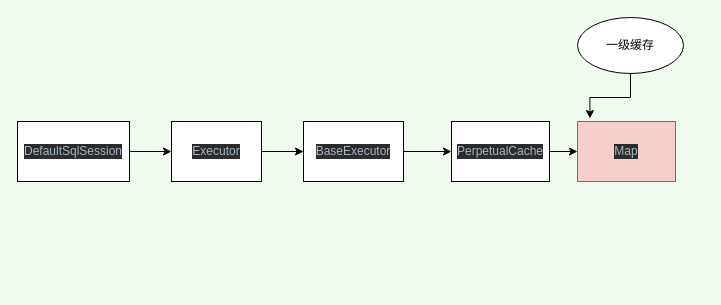
Above: mybatis/mybatis一级缓存.drawio in ZgStride/drawIO (draw.io), before the change. Source tidied: cells renumbered, new cells numbered last; positions are measured from the earlier drawing's top-left corner, leaving out a move shared by most shapes. Both pictures are drawn from the tidied source at 100%, with x=0, y=0 at pixel (17, 17).
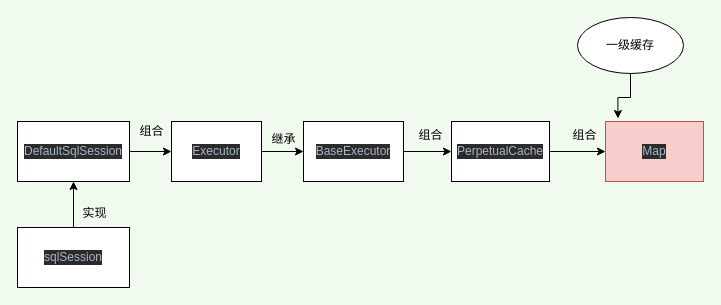
The same page after the edit.

Commit message (it also covers changes not shown here):
更新mybatis一级缓存.drawio

Diff of the diagram source:
```diff
@@
 <mxGraphModel background="#F1FAEE">
   <root>
     <mxCell id="0" />
     <mxCell id="1" parent="0" />
     <mxCell id="2" style="edgeStyle=orthogonalEdgeStyle;rounded=0;jettySize=auto;html=1;" parent="1" edge="1" source="3" target="5">
       <mxGeometry relative="1" as="geometry" />
     </mxCell>
     <mxCell id="3" value="&lt;pre style=&quot;background-color: rgb(43 , 43 , 43) ; color: rgb(169 , 183 , 198) ; font-family: &amp;#34;jetbrains mono&amp;#34;&quot;&gt;&lt;pre style=&quot;font-family: &amp;#34;jetbrains mono&amp;#34;&quot;&gt;&lt;font style=&quot;font-size: 12px&quot;&gt;DefaultSqlSession&lt;/font&gt;&lt;/pre&gt;&lt;/pre&gt;" style="rounded=0;whiteSpace=wrap;html=1;" parent="1" vertex="1">
       <mxGeometry y="104" width="112" height="60" as="geometry" />
     </mxCell>
     <mxCell id="4" style="edgeStyle=orthogonalEdgeStyle;rounded=0;jettySize=auto;html=1;fontSize=20;" parent="1" edge="1" source="5" target="7">
       <mxGeometry relative="1" as="geometry" />
     </mxCell>
     <mxCell id="5" value="&lt;pre style=&quot;background-color: rgb(43 , 43 , 43) ; font-family: &amp;#34;jetbrains mono&amp;#34; ; color: rgb(169 , 183 , 198)&quot;&gt;&lt;pre style=&quot;font-family: &amp;#34;jetbrains mono&amp;#34;&quot;&gt;&lt;font style=&quot;font-size: 12px&quot;&gt;Executor&lt;/font&gt;&lt;/pre&gt;&lt;/pre&gt;" style="whiteSpace=wrap;html=1;rounded=0;" parent="1" vertex="1">
       <mxGeometry x="154" y="104" width="90" height="60" as="geometry" />
     </mxCell>
     <mxCell id="6" style="edgeStyle=orthogonalEdgeStyle;rounded=0;jettySize=auto;html=1;fontSize=18;" parent="1" edge="1" source="7" target="9">
       <mxGeometry relative="1" as="geometry" />
     </mxCell>
     <mxCell id="7" value="&lt;pre style=&quot;background-color: rgb(43 , 43 , 43) ; font-family: &amp;#34;jetbrains mono&amp;#34; ; color: rgb(169 , 183 , 198)&quot;&gt;&lt;pre style=&quot;font-family: &amp;#34;jetbrains mono&amp;#34;&quot;&gt;&lt;pre style=&quot;font-family: &amp;#34;jetbrains mono&amp;#34;&quot;&gt;&lt;font style=&quot;font-size: 12px&quot;&gt;BaseExecutor&lt;/font&gt;&lt;/pre&gt;&lt;/pre&gt;&lt;/pre&gt;" style="whiteSpace=wrap;html=1;rounded=0;" parent="1" vertex="1">
       <mxGeometry x="286" y="104" width="100" height="60" as="geometry" />
     </mxCell>
     <mxCell id="8" style="edgeStyle=orthogonalEdgeStyle;rounded=0;jettySize=auto;html=1;fontSize=12;" parent="1" edge="1" source="9" target="10">
       <mxGeometry relative="1" as="geometry" />
     </mxCell>
     <mxCell id="9" value="&lt;pre style=&quot;background-color: rgb(43 , 43 , 43) ; font-family: &amp;#34;jetbrains mono&amp;#34; ; color: rgb(169 , 183 , 198)&quot;&gt;&lt;pre style=&quot;font-family: &amp;#34;jetbrains mono&amp;#34;&quot;&gt;&lt;pre style=&quot;font-family: &amp;#34;jetbrains mono&amp;#34;&quot;&gt;&lt;pre style=&quot;font-family: &amp;#34;jetbrains mono&amp;#34;&quot;&gt;&lt;font style=&quot;font-size: 12px&quot;&gt;PerpetualCache&lt;/font&gt;&lt;/pre&gt;&lt;/pre&gt;&lt;/pre&gt;&lt;/pre&gt;" style="whiteSpace=wrap;html=1;rounded=0;" parent="1" vertex="1">
       <mxGeometry x="434" y="104" width="98" height="60" as="geometry" />
     </mxCell>
     <mxCell id="10" value="&lt;pre style=&quot;background-color: rgb(43 , 43 , 43) ; font-family: &amp;#34;jetbrains mono&amp;#34; ; color: rgb(169 , 183 , 198)&quot;&gt;&lt;pre style=&quot;font-family: &amp;#34;jetbrains mono&amp;#34;&quot;&gt;&lt;pre style=&quot;font-family: &amp;#34;jetbrains mono&amp;#34;&quot;&gt;&lt;pre style=&quot;font-family: &amp;#34;jetbrains mono&amp;#34;&quot;&gt;&lt;pre style=&quot;font-family: &amp;#34;jetbrains mono&amp;#34;&quot;&gt;&lt;font style=&quot;font-size: 12px&quot;&gt;Map&lt;/font&gt;&lt;/pre&gt;&lt;/pre&gt;&lt;/pre&gt;&lt;/pre&gt;&lt;/pre&gt;" style="whiteSpace=wrap;html=1;rounded=0;fillColor=#f8cecc;strokeColor=#b85450;" parent="1" vertex="1">
-      <mxGeometry x="560" y="104" width="98" height="60" as="geometry" />
+      <mxGeometry x="588" y="104" width="98" height="60" as="geometry" />
     </mxCell>
     <mxCell id="11" style="edgeStyle=orthogonalEdgeStyle;rounded=0;jettySize=auto;html=1;exitX=0.5;exitY=1;exitDx=0;exitDy=0;entryX=0.127;entryY=-0.05;entryDx=0;entryDy=0;entryPerimeter=0;fontSize=12;" parent="1" edge="1" source="12" target="10">
       <mxGeometry relative="1" as="geometry" />
     </mxCell>
     <mxCell id="12" value="一级缓存" style="ellipse;whiteSpace=wrap;html=1;fontSize=12;" parent="1" vertex="1">
       <mxGeometry x="560" width="106" height="56" as="geometry" />
     </mxCell>
+    <mxCell id="13" style="edgeStyle=orthogonalEdgeStyle;rounded=0;jettySize=auto;html=1;exitX=0.5;exitY=0;exitDx=0;exitDy=0;entryX=0.5;entryY=1;entryDx=0;entryDy=0;fontSize=12;" parent="1" edge="1" source="14" target="3">
+      <mxGeometry relative="1" as="geometry" />
+    </mxCell>
+    <mxCell id="14" value="&lt;pre style=&quot;background-color: rgb(43 , 43 , 43) ; color: rgb(169 , 183 , 198) ; font-family: &amp;#34;jetbrains mono&amp;#34;&quot;&gt;&lt;pre style=&quot;font-family: &amp;#34;jetbrains mono&amp;#34;&quot;&gt;&lt;font style=&quot;font-size: 12px&quot;&gt;sqlSession&lt;/font&gt;&lt;/pre&gt;&lt;/pre&gt;" style="rounded=0;whiteSpace=wrap;html=1;" parent="1" vertex="1">
+      <mxGeometry y="210" width="112" height="60" as="geometry" />
+    </mxCell>
+    <mxCell id="15" value="组合" style="text;html=1;align=center;verticalAlign=middle;fillColor=none;strokeColor=none;rounded=0;fontSize=12;" parent="1" vertex="1">
+      <mxGeometry x="392" y="104" width="42" height="28" as="geometry" />
+    </mxCell>
+    <mxCell id="16" value="继承" style="text;html=1;align=center;verticalAlign=middle;fillColor=none;strokeColor=none;rounded=0;fontSize=12;" parent="1" vertex="1">
+      <mxGeometry x="245" y="108" width="42" height="28" as="geometry" />
+    </mxCell>
+    <mxCell id="17" value="组合" style="text;html=1;align=center;verticalAlign=middle;fillColor=none;strokeColor=none;rounded=0;fontSize=12;" parent="1" vertex="1">
+      <mxGeometry x="113" y="100" width="42" height="28" as="geometry" />
+    </mxCell>
+    <mxCell id="18" value="实现" style="text;html=1;align=center;verticalAlign=middle;fillColor=none;strokeColor=none;rounded=0;fontSize=12;" parent="1" vertex="1">
+      <mxGeometry x="56" y="182" width="42" height="28" as="geometry" />
+    </mxCell>
+    <mxCell id="19" value="组合" style="text;html=1;align=center;verticalAlign=middle;fillColor=none;strokeColor=none;rounded=0;fontSize=12;" parent="1" vertex="1">
+      <mxGeometry x="546" y="104" width="42" height="28" as="geometry" />
+    </mxCell>
   </root>
 </mxGraphModel>
```
